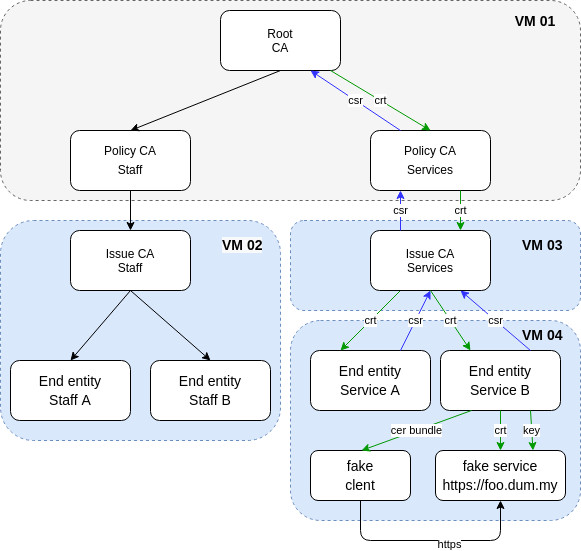
Earlier version of the draw.io export docs/pki-tree.png (OlafRadicke/play_pki_ca_with_ansible). Source tidied: cells renumbered, new cells last; positions are measured from the earlier drawing's top-left corner, leaving out a move shared by most shapes.
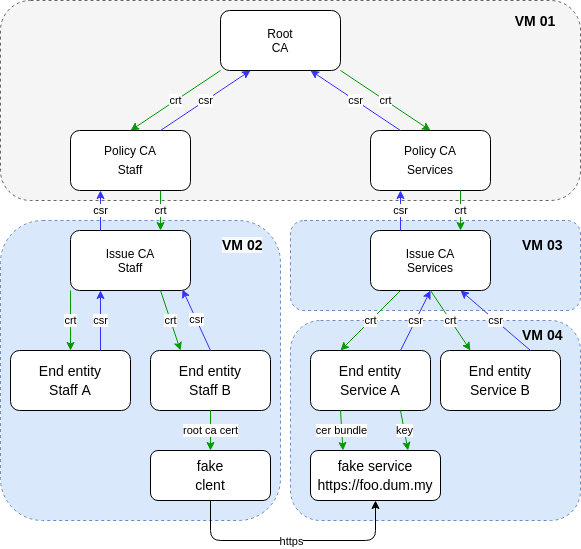
Later version of the same file.

What changed in the source:
```diff
@@ -6,7 +6,7 @@
       <mxGeometry x="290" y="320" width="290" height="200" as="geometry" />
     </mxCell>
     <mxCell id="3" style="rounded=1;whiteSpace=wrap;html=1;dashed=1;fillColor=#dae8fc;strokeColor=#6c8ebf;" parent="1" vertex="1">
-      <mxGeometry y="220" width="280" height="220" as="geometry" />
+      <mxGeometry y="220" width="280" height="300" as="geometry" />
     </mxCell>
     <mxCell id="4" style="rounded=1;whiteSpace=wrap;html=1;dashed=1;fillColor=#dae8fc;strokeColor=#6c8ebf;" parent="1" vertex="1">
       <mxGeometry x="290" y="220" width="290" height="90" as="geometry" />
@@ -23,14 +23,11 @@
     <mxCell id="8" value="&lt;div style=&quot;line-height: 19px&quot;&gt;&lt;span style=&quot;background-color: rgb(255 , 255 , 255)&quot;&gt;Policy CA&lt;br&gt;Services&lt;/span&gt;&lt;/div&gt;" style="rounded=1;whiteSpace=wrap;html=1;" parent="1" vertex="1">
       <mxGeometry x="370" y="130" width="120" height="60" as="geometry" />
     </mxCell>
-    <mxCell id="9" style="endArrow=classic;html=1;exitX=0.5;exitY=1;exitDx=0;exitDy=0;entryX=0.5;entryY=0;entryDx=0;entryDy=0;" parent="1" edge="1" source="6" target="7">
-      <mxGeometry relative="1" as="geometry" />
-    </mxCell>
     <mxCell id="10" value="&lt;div style=&quot;font-size: 14px ; line-height: 19px&quot;&gt;&lt;span style=&quot;background-color: rgb(255 , 255 , 255)&quot;&gt;End entity&lt;br&gt;Staff A&lt;/span&gt;&lt;/div&gt;" style="rounded=1;whiteSpace=wrap;html=1;" parent="1" vertex="1">
-      <mxGeometry x="10" y="360" width="120" height="60" as="geometry" />
+      <mxGeometry x="10" y="350" width="120" height="60" as="geometry" />
     </mxCell>
     <mxCell id="11" value="&lt;div style=&quot;font-size: 14px ; line-height: 19px&quot;&gt;&lt;span style=&quot;background-color: rgb(255 , 255 , 255)&quot;&gt;End entity&lt;br&gt;Staff B&lt;/span&gt;&lt;/div&gt;" style="rounded=1;whiteSpace=wrap;html=1;" parent="1" vertex="1">
-      <mxGeometry x="150" y="360" width="120" height="60" as="geometry" />
+      <mxGeometry x="150" y="350" width="120" height="60" as="geometry" />
     </mxCell>
     <mxCell id="12" value="&lt;div style=&quot;font-size: 14px ; line-height: 19px&quot;&gt;&lt;span style=&quot;background-color: rgb(255 , 255 , 255)&quot;&gt;End entity&lt;br&gt;Service A&lt;/span&gt;&lt;/div&gt;" style="rounded=1;whiteSpace=wrap;html=1;" parent="1" vertex="1">
       <mxGeometry x="310" y="350" width="120" height="60" as="geometry" />
@@ -38,12 +35,6 @@
     <mxCell id="13" value="&lt;div style=&quot;font-size: 14px ; line-height: 19px&quot;&gt;&lt;span style=&quot;background-color: rgb(255 , 255 , 255)&quot;&gt;End entity&lt;br&gt;Service B&lt;/span&gt;&lt;/div&gt;" style="rounded=1;whiteSpace=wrap;html=1;" parent="1" vertex="1">
       <mxGeometry x="440" y="350" width="120" height="60" as="geometry" />
     </mxCell>
-    <mxCell id="14" style="endArrow=classic;html=1;entryX=0.5;entryY=0;entryDx=0;entryDy=0;exitX=0.5;exitY=1;exitDx=0;exitDy=0;" parent="1" edge="1" source="18" target="11">
-      <mxGeometry relative="1" as="geometry" />
-    </mxCell>
-    <mxCell id="15" style="endArrow=classic;html=1;exitX=0.5;exitY=1;exitDx=0;exitDy=0;entryX=0.5;entryY=0;entryDx=0;entryDy=0;" parent="1" edge="1" source="18" target="10">
-      <mxGeometry relative="1" as="geometry" />
-    </mxCell>
     <mxCell id="16" value="crt" style="endArrow=classic;html=1;entryX=0.25;entryY=0;entryDx=0;entryDy=0;exitX=0.25;exitY=1;exitDx=0;exitDy=0;strokeColor=#009900;" parent="1" edge="1" source="17" target="12">
       <mxGeometry relative="1" as="geometry" />
     </mxCell>
@@ -53,11 +44,6 @@
     <mxCell id="18" value="Issue CA&lt;br&gt;Staff" style="rounded=1;whiteSpace=wrap;html=1;" parent="1" vertex="1">
       <mxGeometry x="70" y="230" width="120" height="60" as="geometry" />
     </mxCell>
-    <mxCell id="19" style="endArrow=classic;html=1;exitX=0.5;exitY=1;exitDx=0;exitDy=0;" parent="1" edge="1" source="7">
-      <mxGeometry relative="1" as="geometry">
-        <mxPoint x="130" y="230" as="targetPoint" />
-      </mxGeometry>
-    </mxCell>
     <mxCell id="20" value="&lt;font style=&quot;font-size: 14px&quot;&gt;&lt;b&gt;VM 01&lt;/b&gt;&lt;/font&gt;" style="text;html=1;strokeColor=none;fillColor=none;align=center;verticalAlign=middle;whiteSpace=wrap;rounded=0;dashed=1;" parent="1" vertex="1">
       <mxGeometry x="500" y="10" width="70" height="20" as="geometry" />
     </mxCell>
@@ -88,18 +74,15 @@
     <mxCell id="29" value="csr" style="endArrow=classic;html=1;entryX=0.75;entryY=1;entryDx=0;entryDy=0;exitX=0.25;exitY=0;exitDx=0;exitDy=0;strokeColor=#3333FF;" parent="1" edge="1" source="8" target="6">
       <mxGeometry relative="1" as="geometry" />
     </mxCell>
-    <mxCell id="30" value="crt" style="endArrow=classic;html=1;entryX=0.5;entryY=0;entryDx=0;entryDy=0;strokeColor=#009900;" parent="1" edge="1" source="6" target="8">
+    <mxCell id="30" value="crt" style="endArrow=classic;html=1;entryX=0.5;entryY=0;entryDx=0;entryDy=0;strokeColor=#009900;exitX=0;exitY=1;exitDx=0;exitDy=0;" parent="1" edge="1" source="6" target="7">
       <mxGeometry relative="1" as="geometry" />
     </mxCell>
     <mxCell id="31" value="&lt;div style=&quot;font-size: 14px ; line-height: 19px&quot;&gt;&lt;span style=&quot;background-color: rgb(255 , 255 , 255)&quot;&gt;fake service&lt;/span&gt;&lt;/div&gt;&lt;div style=&quot;font-size: 14px ; line-height: 19px&quot;&gt;&lt;span style=&quot;background-color: rgb(255 , 255 , 255)&quot;&gt;https://foo.dum.my&lt;/span&gt;&lt;/div&gt;" style="rounded=1;whiteSpace=wrap;html=1;" parent="1" vertex="1">
-      <mxGeometry x="435" y="450" width="130" height="50" as="geometry" />
+      <mxGeometry x="310" y="450" width="130" height="50" as="geometry" />
     </mxCell>
     <mxCell id="32" value="&lt;div style=&quot;font-size: 14px ; line-height: 19px&quot;&gt;&lt;span style=&quot;background-color: rgb(255 , 255 , 255)&quot;&gt;fake&lt;/span&gt;&lt;/div&gt;&lt;div style=&quot;font-size: 14px ; line-height: 19px&quot;&gt;&lt;span style=&quot;background-color: rgb(255 , 255 , 255)&quot;&gt;clent&lt;/span&gt;&lt;/div&gt;" style="rounded=1;whiteSpace=wrap;html=1;" parent="1" vertex="1">
-      <mxGeometry x="310" y="450" width="100" height="50" as="geometry" />
+      <mxGeometry x="150" y="450" width="120" height="50" as="geometry" />
     </mxCell>
-    <mxCell id="33" value="crt" style="endArrow=classic;html=1;entryX=0.5;entryY=0;entryDx=0;entryDy=0;exitX=0.5;exitY=1;exitDx=0;exitDy=0;strokeColor=#009900;" parent="1" edge="1" source="13" target="31">
-      <mxGeometry relative="1" as="geometry" />
-    </mxCell>
     <mxCell id="34" style="edgeStyle=elbowEdgeStyle;elbow=vertical;endArrow=classic;html=1;exitX=0.5;exitY=1;exitDx=0;exitDy=0;entryX=0.5;entryY=1;entryDx=0;entryDy=0;" parent="1" edge="1" source="32" target="31">
       <mxGeometry relative="1" as="geometry">
         <Array as="points">
@@ -108,16 +91,42 @@
       </mxGeometry>
     </mxCell>
     <mxCell id="35" value="https" style="edgeLabel;html=1;align=center;verticalAlign=middle;" parent="34" vertex="1">
-      <mxGeometry x="0.16" y="-3" relative="1" as="geometry" />
+      <mxGeometry x="0.16" y="-3" relative="1" as="geometry">
+        <mxPoint x="-23" y="-3" as="offset" />
+      </mxGeometry>
     </mxCell>
-    <mxCell id="36" value="cer bundle" style="endArrow=classic;html=1;entryX=0.5;entryY=0;entryDx=0;entryDy=0;exitX=0.25;exitY=1;exitDx=0;exitDy=0;strokeColor=#009900;" parent="1" edge="1">
-      <mxGeometry relative="1" as="geometry">
-        <mxPoint x="471" y="410" as="sourcePoint" />
-        <mxPoint x="361" y="450" as="targetPoint" />
-      </mxGeometry>
+    <mxCell id="36" value="cer bundle" style="endArrow=classic;html=1;entryX=0.25;entryY=0;entryDx=0;entryDy=0;exitX=0.25;exitY=1;exitDx=0;exitDy=0;strokeColor=#009900;" parent="1" edge="1" source="12" target="31">
+      <mxGeometry relative="1" as="geometry" />
     </mxCell>
-    <mxCell id="37" value="key" style="endArrow=classic;html=1;exitX=0.75;exitY=1;exitDx=0;exitDy=0;strokeColor=#009900;entryX=0.75;entryY=0;entryDx=0;entryDy=0;" parent="1" edge="1" source="13" target="31">
+    <mxCell id="37" value="key" style="endArrow=classic;html=1;exitX=0.75;exitY=1;exitDx=0;exitDy=0;strokeColor=#009900;entryX=0.75;entryY=0;entryDx=0;entryDy=0;" parent="1" edge="1" source="12" target="31">
       <mxGeometry relative="1" as="geometry" />
     </mxCell>
+    <mxCell id="38" value="root ca cert" style="endArrow=classic;html=1;exitX=0.5;exitY=1;exitDx=0;exitDy=0;strokeColor=#009900;entryX=0.5;entryY=0;entryDx=0;entryDy=0;" parent="1" edge="1" source="11" target="32">
+      <mxGeometry relative="1" as="geometry" />
+    </mxCell>
+    <mxCell id="39" value="csr" style="endArrow=classic;html=1;entryX=0.25;entryY=1;entryDx=0;entryDy=0;exitX=0.75;exitY=0;exitDx=0;exitDy=0;strokeColor=#3333FF;" parent="1" edge="1" source="7" target="6">
+      <mxGeometry relative="1" as="geometry" />
+    </mxCell>
+    <mxCell id="40" value="crt" style="endArrow=classic;html=1;entryX=0.5;entryY=0;entryDx=0;entryDy=0;strokeColor=#009900;exitX=1;exitY=1;exitDx=0;exitDy=0;" parent="1" edge="1" source="6" target="8">
+      <mxGeometry relative="1" as="geometry" />
+    </mxCell>
+    <mxCell id="41" value="csr" style="endArrow=classic;html=1;entryX=0.25;entryY=1;entryDx=0;entryDy=0;exitX=0.25;exitY=0;exitDx=0;exitDy=0;strokeColor=#3333FF;" parent="1" edge="1" source="18" target="7">
+      <mxGeometry relative="1" as="geometry" />
+    </mxCell>
+    <mxCell id="42" value="crt" style="endArrow=classic;html=1;entryX=0.75;entryY=0;entryDx=0;entryDy=0;exitX=0.75;exitY=1;exitDx=0;exitDy=0;strokeColor=#009900;" parent="1" edge="1" source="7" target="18">
+      <mxGeometry relative="1" as="geometry" />
+    </mxCell>
+    <mxCell id="14" value="crt" style="endArrow=classic;html=1;entryX=0.25;entryY=0;entryDx=0;entryDy=0;exitX=0.75;exitY=1;exitDx=0;exitDy=0;strokeColor=#009900;" parent="1" edge="1" source="18" target="11">
+      <mxGeometry relative="1" as="geometry" />
+    </mxCell>
+    <mxCell id="15" value="crt" style="endArrow=classic;html=1;entryX=0.5;entryY=0;entryDx=0;entryDy=0;strokeColor=#009900;exitX=0;exitY=1;exitDx=0;exitDy=0;" parent="1" edge="1" source="18" target="10">
+      <mxGeometry relative="1" as="geometry" />
+    </mxCell>
+    <mxCell id="43" value="csr" style="endArrow=classic;html=1;exitX=0.75;exitY=0;exitDx=0;exitDy=0;entryX=0.25;entryY=1;entryDx=0;entryDy=0;strokeColor=#3333FF;" parent="1" edge="1" source="10" target="18">
+      <mxGeometry relative="1" as="geometry" />
+    </mxCell>
+    <mxCell id="44" value="csr" style="endArrow=classic;html=1;exitX=0.5;exitY=0;exitDx=0;exitDy=0;strokeColor=#3333FF;entryX=0.933;entryY=0.983;entryDx=0;entryDy=0;entryPerimeter=0;" parent="1" edge="1" source="11" target="18">
+      <mxGeometry relative="1" as="geometry" />
+    </mxCell>
   </root>
 </mxGraphModel>
```
